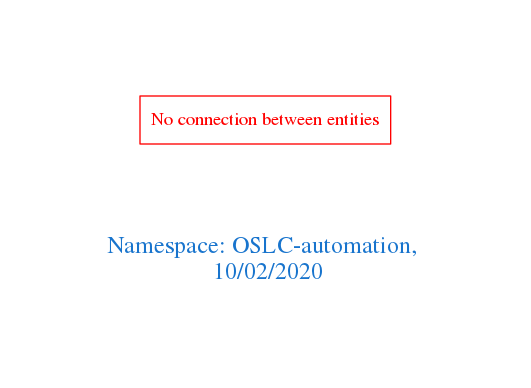
Before: downloads/OSLC-automation.png, a diagram exported from Graphviz (arago/OGIT). Its source is kept beside it as downloads/OSLC-automation.dot.
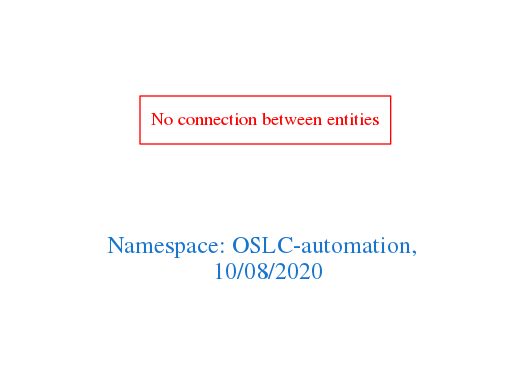
Later version of the same file.

The edit, as a diff of the source:
```diff
@@ -1,7 +1,7 @@
 digraph OGIT_ontology {
  graph [ rankdir= LR,pad=1
 fontsize = 18,
-fontcolor= dodgerblue3,label = "\n\n\nNamespace: OSLC-automation, \n 10/02/2020"];
+fontcolor= dodgerblue3,label = "\n\n\nNamespace: OSLC-automation, \n 10/08/2020"];
 node[shape=polygon];
 edge [  color="gray81"];
 
```
